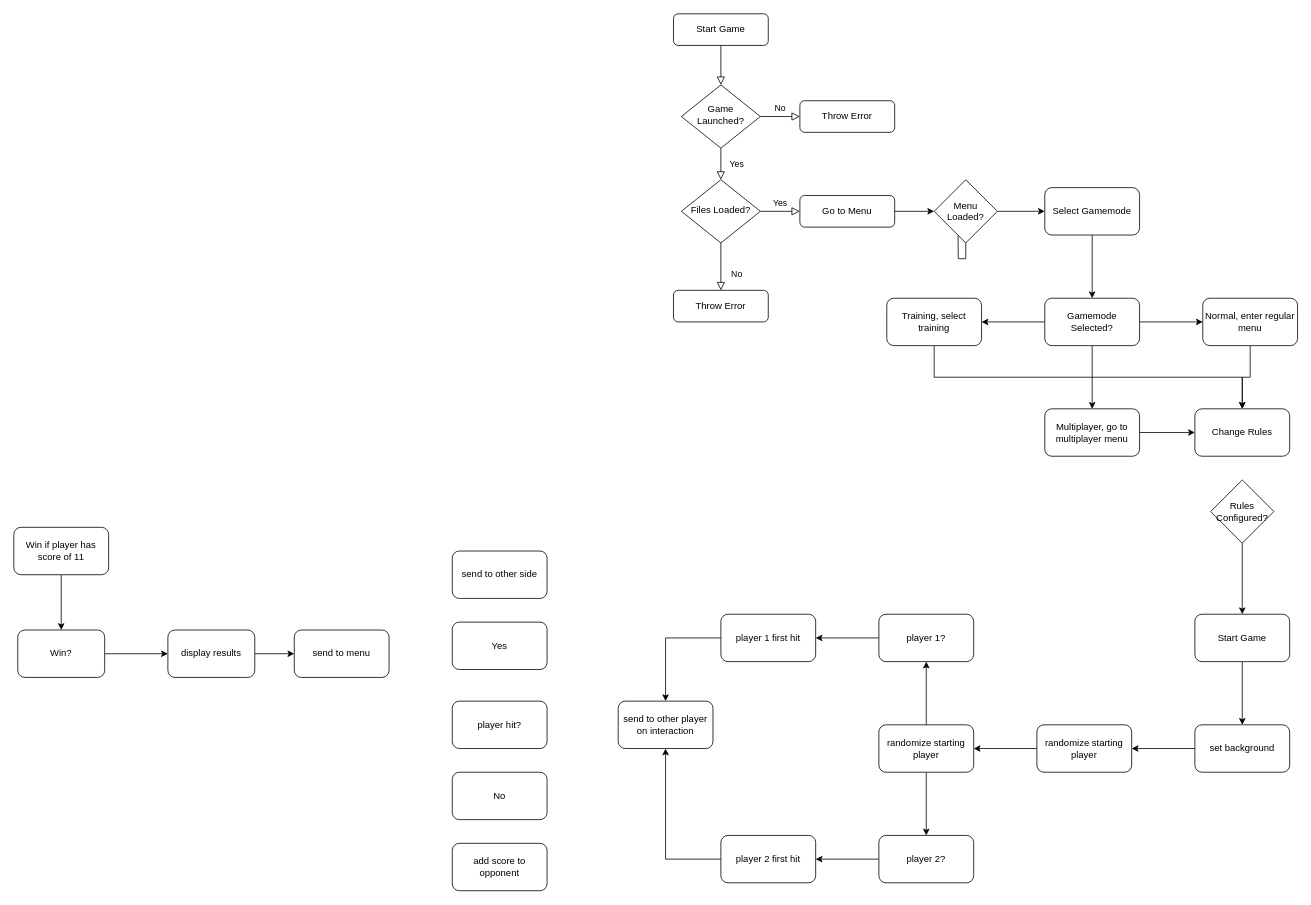
Before: flowchart.drawio in PBush705/SDLC, a draw.io diagram. Source tidied: cells renumbered, new cells numbered last; positions are measured from the earlier drawing's top-left corner, leaving out a move shared by most shapes. Both pictures are drawn from the tidied source at 79%, with x=0, y=0 at pixel (13, 13).
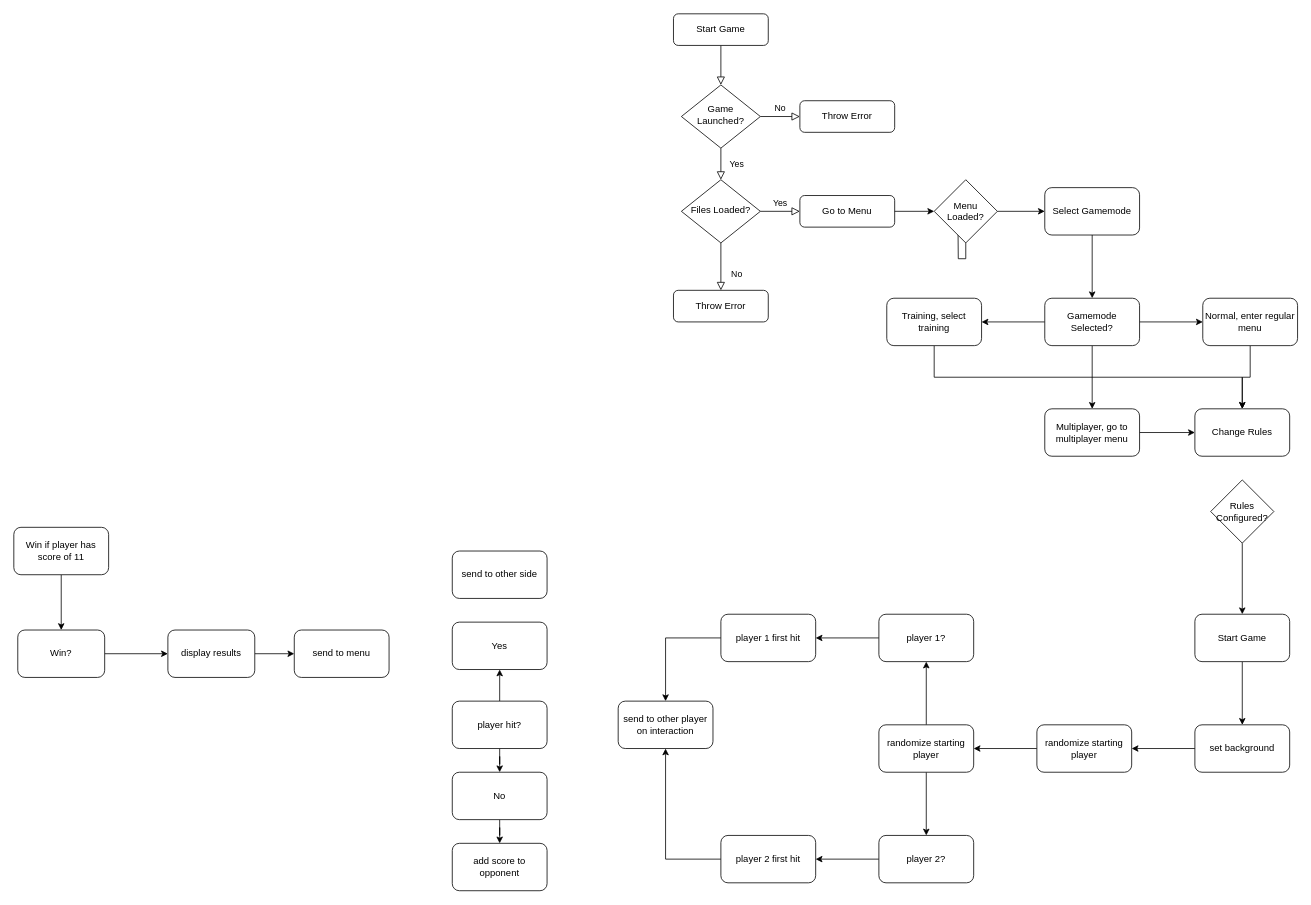
The same page after the edit.

Unchanged cells that the change refers to:
```xml
<mxCell id="50" value="player hit?" style="rounded=1;whiteSpace=wrap;html=1;" parent="1" vertex="1">
  <mxGeometry x="555" y="870" width="120" height="60" as="geometry" />
</mxCell>
<mxCell id="51" value="Yes" style="rounded=1;whiteSpace=wrap;html=1;" parent="1" vertex="1">
  <mxGeometry x="555" y="770" width="120" height="60" as="geometry" />
</mxCell>
<mxCell id="52" value="No" style="rounded=1;whiteSpace=wrap;html=1;" parent="1" vertex="1">
  <mxGeometry x="555" y="960" width="120" height="60" as="geometry" />
</mxCell>
<mxCell id="54" value="add score to opponent" style="rounded=1;whiteSpace=wrap;html=1;" parent="1" vertex="1">
  <mxGeometry x="555" y="1050" width="120" height="60" as="geometry" />
</mxCell>
```

The edit, as a diff of the source:
```diff
@@
+    <mxCell id="62" style="edgeStyle=orthogonalEdgeStyle;rounded=0;jettySize=auto;html=1;" parent="1" edge="1" source="50" target="51">
+      <mxGeometry relative="1" as="geometry" />
+    </mxCell>
+    <mxCell id="63" style="edgeStyle=orthogonalEdgeStyle;rounded=0;jettySize=auto;html=1;" parent="1" edge="1" source="50" target="52">
+      <mxGeometry relative="1" as="geometry" />
+    </mxCell>
@@
+    <mxCell id="64" style="edgeStyle=orthogonalEdgeStyle;rounded=0;jettySize=auto;html=1;" parent="1" edge="1" source="52" target="54">
+      <mxGeometry relative="1" as="geometry" />
+    </mxCell>
```
